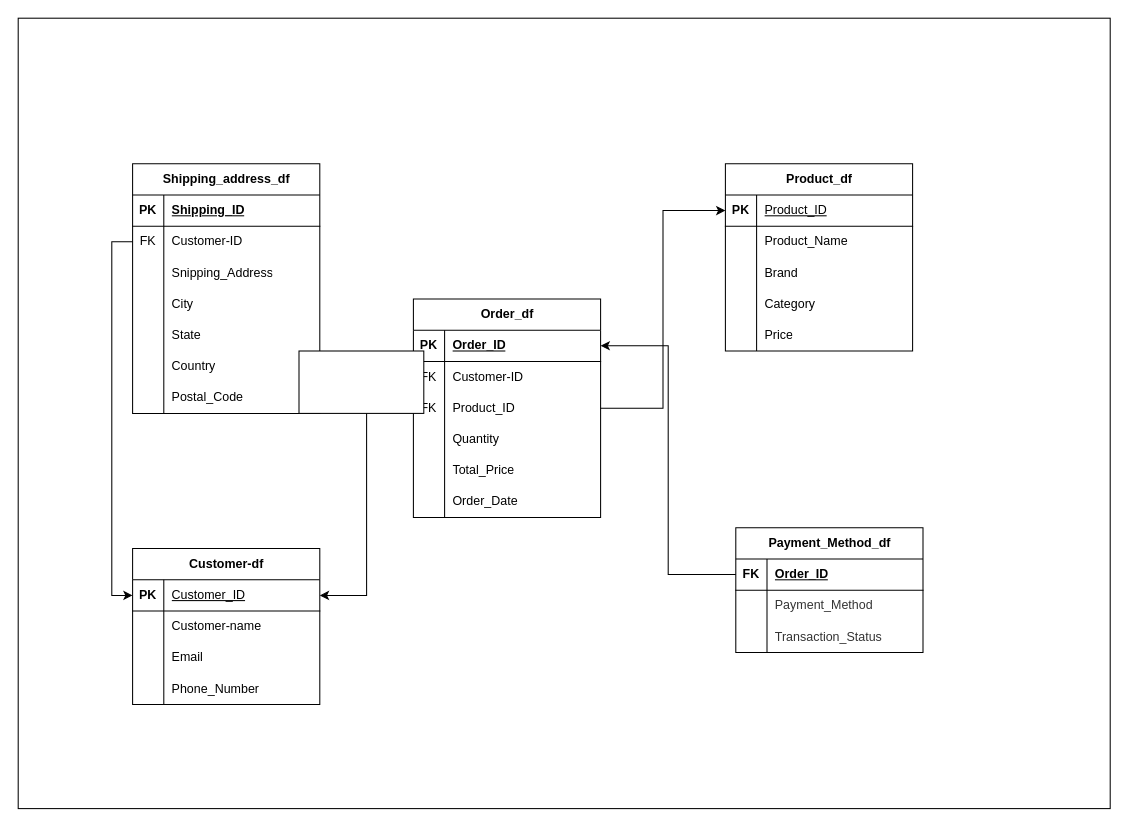
This is page "Page-2" (2 of 2) of data model.drawio from Shedrack-Ogbuike/Yanki_Ecommerce-_case_study, a draw.io file, before an edit. Source tidied: cells renumbered, new cells numbered last; positions are measured from the earlier drawing's top-left corner, leaving out a move shared by most shapes. Both pictures are drawn from the tidied source at 104%, with x=0, y=0 at pixel (18, 18).
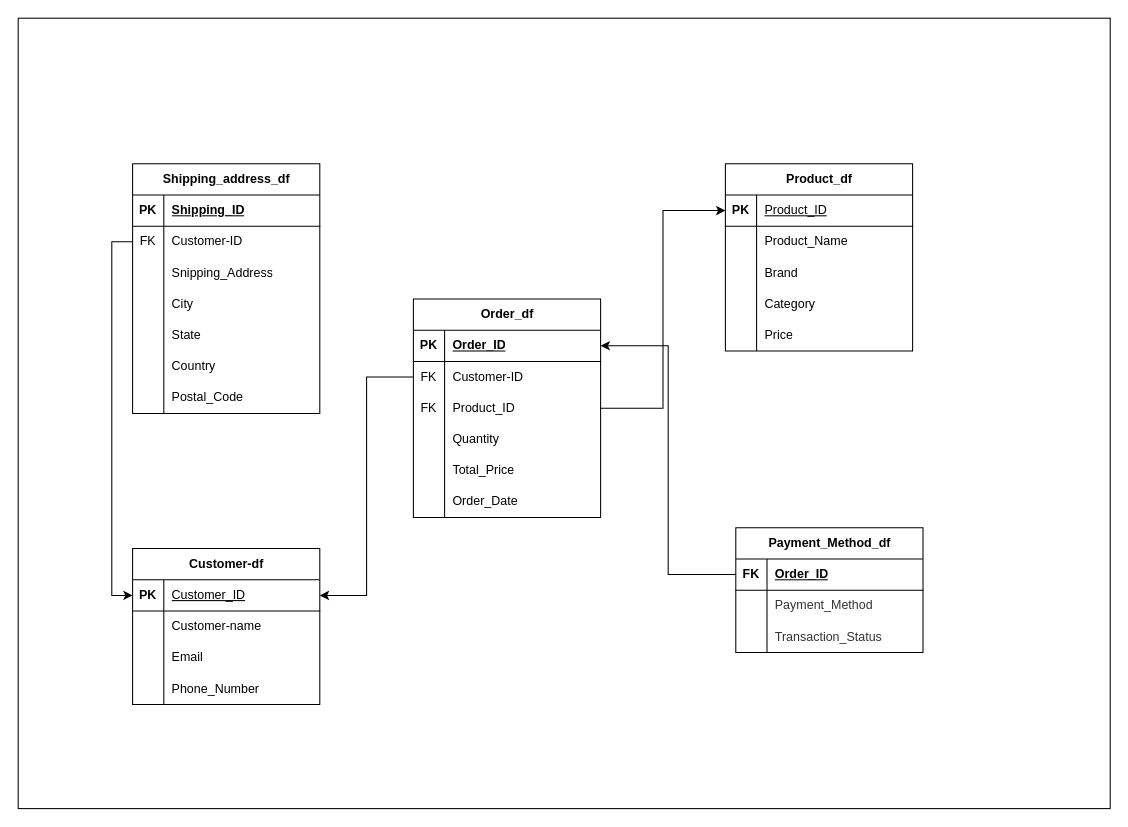
The same page after the edit.

What changed in the source:
```diff
@@
-    <mxCell id="87" style="rounded=0;whiteSpace=wrap;html=1;" parent="1" vertex="1">
-      <mxGeometry x="270" y="320" width="120" height="60" as="geometry" />
-    </mxCell>
```
